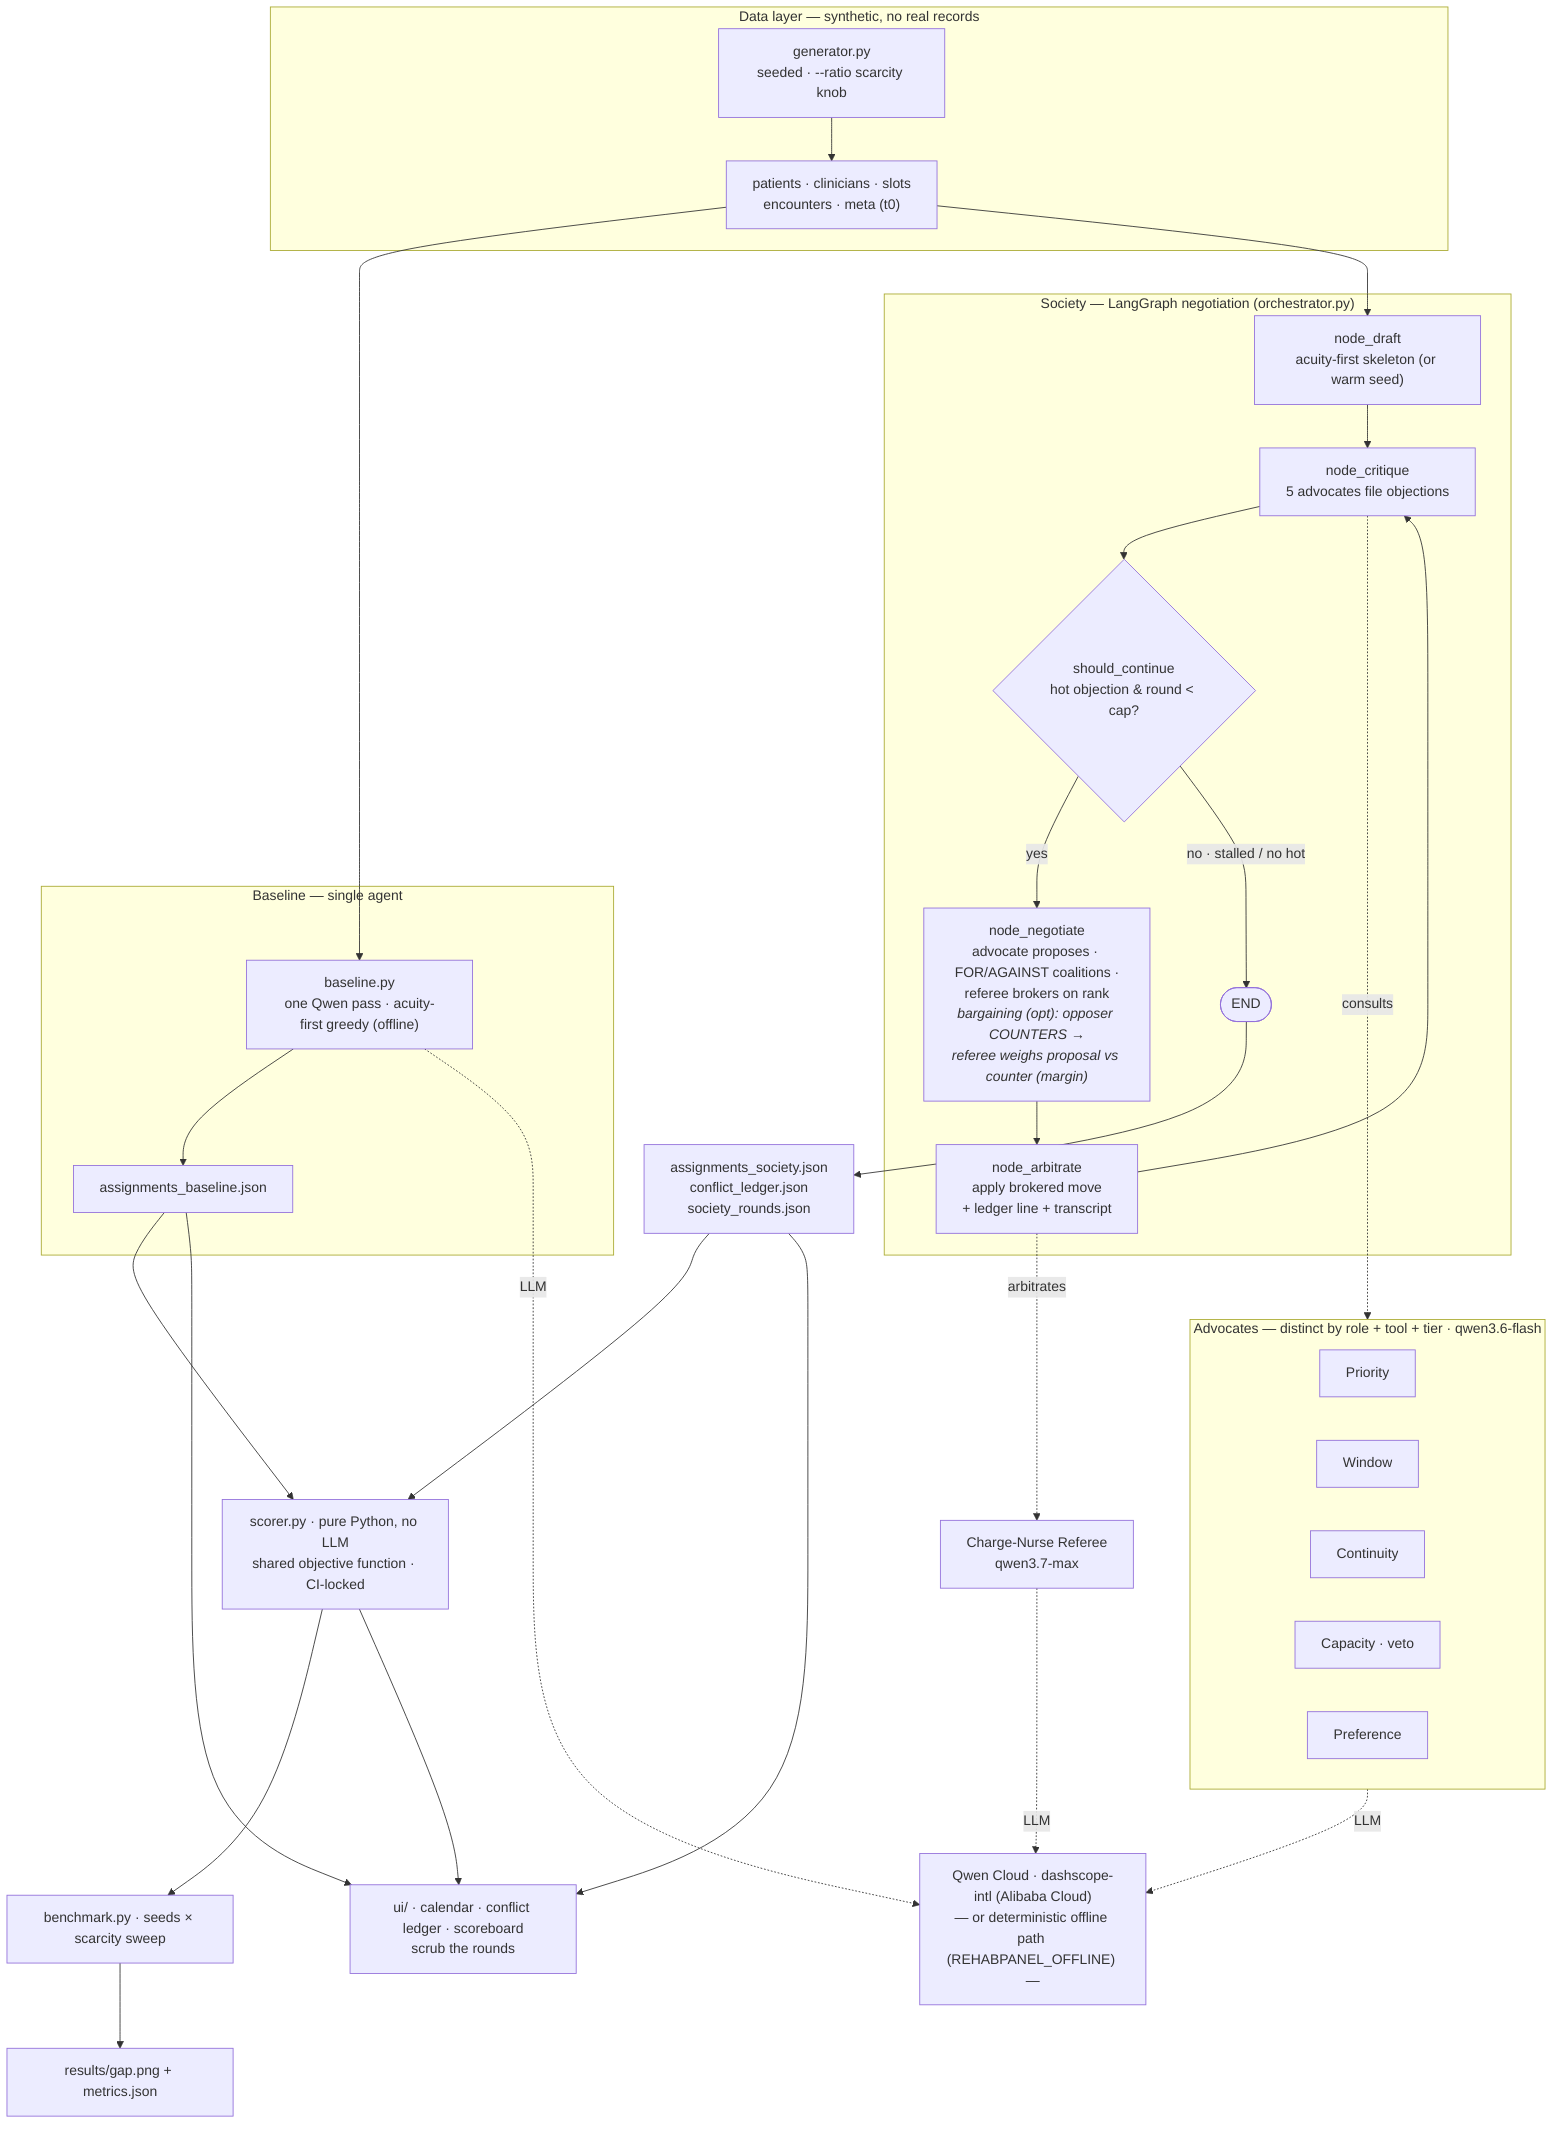
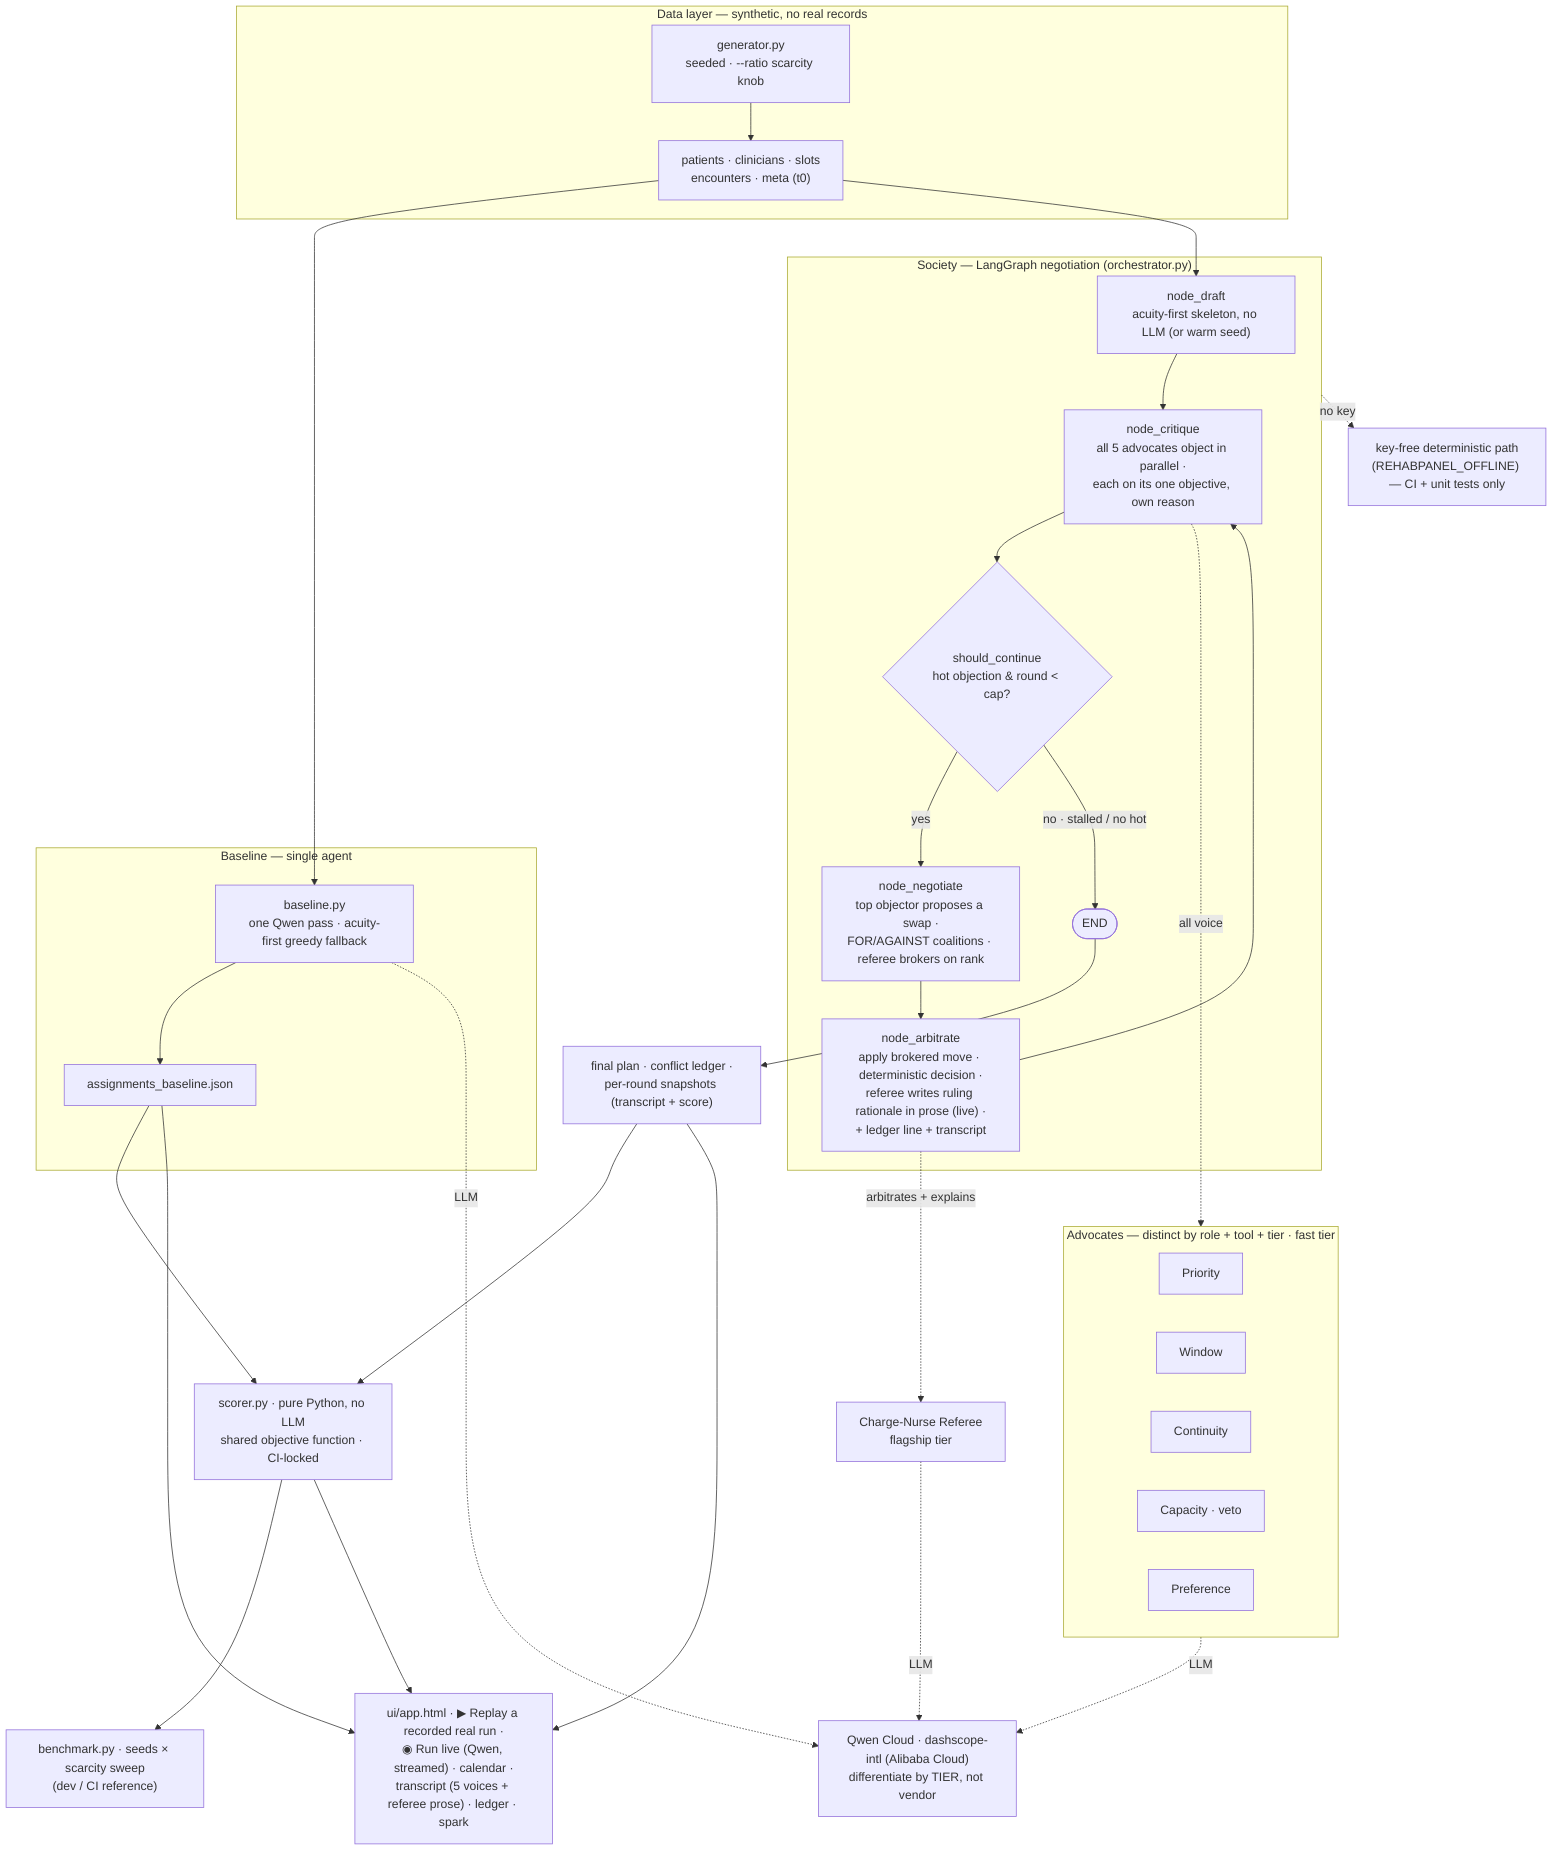
flowchart TB
    subgraph DATA["Data layer — synthetic, no real records"]
        GEN["generator.py<br/>seeded · --ratio scarcity knob"]
        TBL["patients · clinicians · slots<br/>encounters · meta (t0)"]
        GEN --> TBL
    end

    TBL --> B1
    TBL --> DR

    subgraph BASE["Baseline — single agent"]
-         B1["baseline.py<br/>one Qwen pass · acuity-first greedy (offline)"]
+         B1["baseline.py<br/>one Qwen pass · acuity-first greedy fallback"]
        B1 --> BOUT["assignments_baseline.json"]
    end

    subgraph SOC["Society — LangGraph negotiation (orchestrator.py)"]
-         DR["node_draft<br/>acuity-first skeleton (or warm seed)"]
-         CR["node_critique<br/>5 advocates file objections"]
+         DR["node_draft<br/>acuity-first skeleton, no LLM (or warm seed)"]
+         CR["node_critique<br/>all 5 advocates object in parallel ·<br/>each on its one objective, own reason"]
        CD{"should_continue<br/>hot objection &amp; round &lt; cap?"}
-         NG["node_negotiate<br/>advocate proposes · FOR/AGAINST coalitions ·<br/>referee brokers on rank<br/><i>bargaining (opt): opposer COUNTERS →<br/>referee weighs proposal vs counter (margin)</i>"]
-         AR["node_arbitrate<br/>apply brokered move<br/>+ ledger line + transcript"]
+         NG["node_negotiate<br/>top objector proposes a swap ·<br/>FOR/AGAINST coalitions · referee brokers on rank"]
+         AR["node_arbitrate<br/>apply brokered move · deterministic decision ·<br/>referee writes ruling rationale in prose (live) ·<br/>+ ledger line + transcript"]
        EN(["END"])
        DR --> CR
        CR --> CD
        CD -- yes --> NG
        NG --> AR
        AR --> CR
        CD -- "no · stalled / no hot" --> EN
    end

-     subgraph ADV["Advocates — distinct by role + tool + tier · qwen3.6-flash"]
+     subgraph ADV["Advocates — distinct by role + tool + tier · fast tier"]
        A1["Priority"]
        A2["Window"]
        A3["Continuity"]
        A4["Capacity · veto"]
        A5["Preference"]
    end
-     CR -. consults .-> ADV
-     AR -. arbitrates .-> REF["Charge-Nurse Referee<br/>qwen3.7-max"]
+     CR -. all voice .-> ADV
+     AR -. arbitrates + explains .-> REF["Charge-Nurse Referee<br/>flagship tier"]

-     EN --> SOUT["assignments_society.json<br/>conflict_ledger.json<br/>society_rounds.json"]
+     EN --> SOUT["final plan · conflict ledger ·<br/>per-round snapshots (transcript + score)"]

-     QWEN["Qwen Cloud · dashscope-intl (Alibaba Cloud)<br/>— or deterministic offline path (REHABPANEL_OFFLINE) —"]
+     QWEN["Qwen Cloud · dashscope-intl (Alibaba Cloud)<br/>differentiate by TIER, not vendor"]
+     OFF["key-free deterministic path<br/>(REHABPANEL_OFFLINE) — CI + unit tests only"]
    B1 -. LLM .-> QWEN
    ADV -. LLM .-> QWEN
    REF -. LLM .-> QWEN
+     SOC -. no key .-> OFF

    BOUT --> SCORE
    SOUT --> SCORE
    SCORE["scorer.py · pure Python, no LLM<br/>shared objective function · CI-locked"]
-     SCORE --> BENCH["benchmark.py · seeds × scarcity sweep"]
-     BENCH --> RES["results/gap.png + metrics.json"]
+     SCORE --> BENCH["benchmark.py · seeds × scarcity sweep<br/>(dev / CI reference)"]

-     SOUT --> UI["ui/ · calendar · conflict ledger · scoreboard<br/>scrub the rounds"]
+     SOUT --> UI["ui/app.html · ▶ Replay a recorded real run ·<br/>◉ Run live (Qwen, streamed) · calendar ·<br/>transcript (5 voices + referee prose) · ledger · spark"]
    BOUT --> UI
    SCORE --> UI
